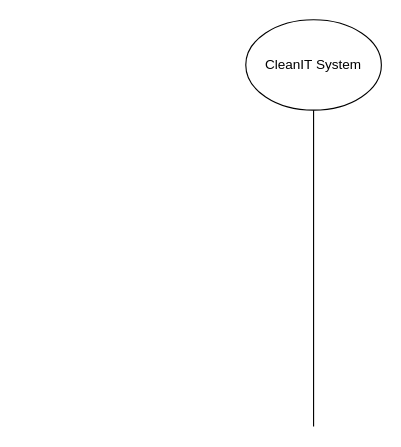
The draw.io diagram Untitled Diagram.drawio in HAIWANG211/AlgorithmAndDataStructure, before the edit. Source tidied: cells renumbered, new cells numbered last; positions are measured from the earlier drawing's top-left corner, leaving out a move shared by most shapes. Both pictures are drawn from the tidied source at 113%, with x=0, y=0 at pixel (245, 19).
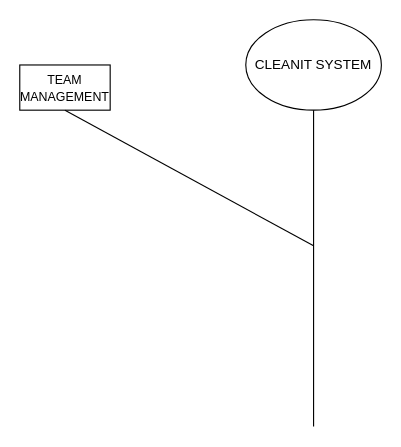
The same page after the edit.

Diff of the diagram source:
```diff
@@
 <mxGraphModel>
   <root>
     <mxCell id="0" />
     <mxCell id="1" parent="0" />
-    <mxCell id="2" value="CleanIT System" style="ellipse;whiteSpace=wrap;html=1;" parent="1" vertex="1">
+    <mxCell id="2" value="CLEANIT SYSTEM" style="ellipse;whiteSpace=wrap;html=1;" parent="1" vertex="1">
       <mxGeometry width="120" height="80" as="geometry" />
     </mxCell>
     <mxCell id="3" style="endArrow=none;html=1;entryX=0.5;entryY=1;entryDx=0;entryDy=0;" parent="1" edge="1" target="2">
       <mxGeometry relative="1" as="geometry">
         <mxPoint x="60" y="360" as="sourcePoint" />
       </mxGeometry>
     </mxCell>
+    <mxCell id="4" value="&lt;font style=&quot;font-size: 11px&quot;&gt;TEAM MANAGEMENT&lt;/font&gt;" style="rounded=0;whiteSpace=wrap;html=1;" parent="1" vertex="1">
+      <mxGeometry x="-200" y="40" width="80" height="40" as="geometry" />
+    </mxCell>
+    <mxCell id="5" style="endArrow=none;html=1;entryX=0.5;entryY=1;entryDx=0;entryDy=0;" parent="1" edge="1" target="4">
+      <mxGeometry relative="1" as="geometry">
+        <mxPoint x="60" y="200" as="sourcePoint" />
+      </mxGeometry>
+    </mxCell>
   </root>
 </mxGraphModel>
```
